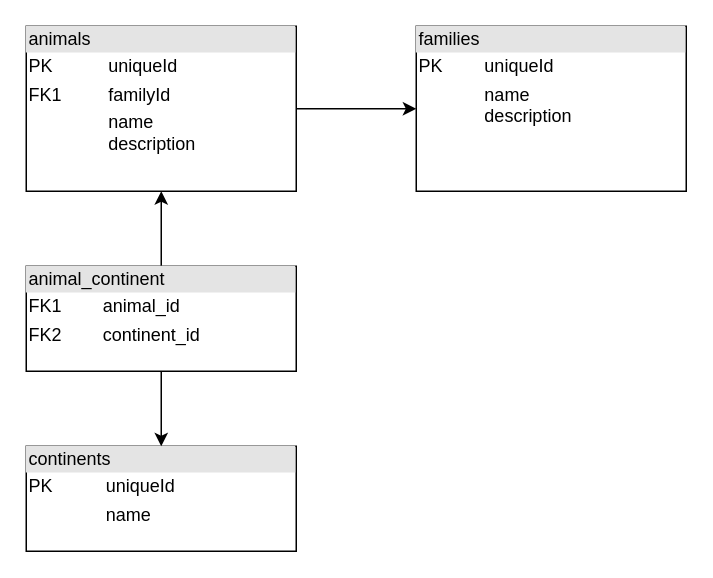
Before: Untitled Diagram.drawio in RyanAmmarKhodja/azbobinette, a draw.io diagram. Source tidied: cells renumbered, new cells numbered last; positions are measured from the earlier drawing's top-left corner, leaving out a move shared by most shapes. Both pictures are drawn from the tidied source at 150%, with x=0, y=0 at pixel (26, 26).
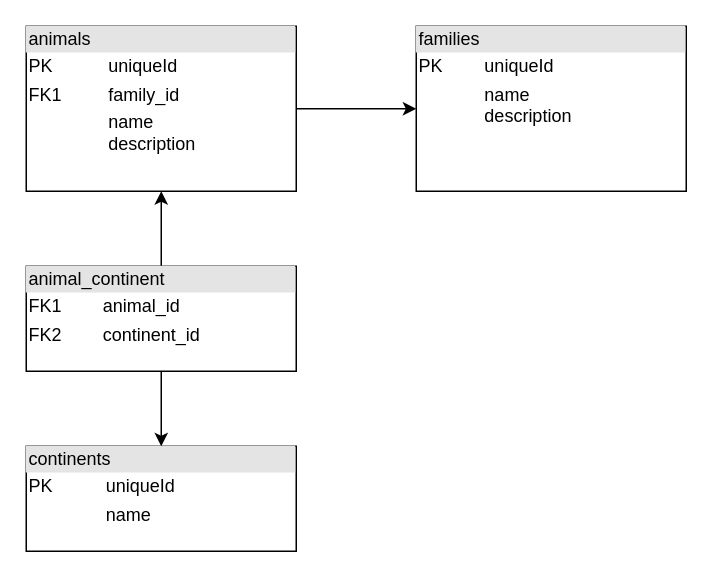
Above is the later version.

Diff of the diagram source:
```diff
@@
 <mxGraphModel>
   <root>
     <mxCell id="0" />
     <mxCell id="1" parent="0" />
     <mxCell id="2" style="edgeStyle=orthogonalEdgeStyle;rounded=0;jettySize=auto;html=1;exitX=1;exitY=0.5;exitDx=0;exitDy=0;entryX=0;entryY=0.5;entryDx=0;entryDy=0;" parent="1" edge="1" source="3" target="4">
       <mxGeometry relative="1" as="geometry" />
     </mxCell>
-    <mxCell id="3" value="&lt;div style=&quot;box-sizing: border-box; width: 100%; background: rgb(228, 228, 228); padding: 2px;&quot;&gt;animals&lt;/div&gt;&lt;table style=&quot;width:100%;font-size:1em;&quot; cellpadding=&quot;2&quot; cellspacing=&quot;0&quot;&gt;&lt;tbody&gt;&lt;tr&gt;&lt;td&gt;PK&lt;/td&gt;&lt;td&gt;uniqueId&lt;br&gt;&lt;/td&gt;&lt;/tr&gt;&lt;tr&gt;&lt;td&gt;FK1&lt;/td&gt;&lt;td&gt;familyId&lt;/td&gt;&lt;/tr&gt;&lt;tr&gt;&lt;td&gt;&lt;/td&gt;&lt;td&gt;name&lt;br&gt;description&lt;/td&gt;&lt;/tr&gt;&lt;/tbody&gt;&lt;/table&gt;" style="verticalAlign=top;align=left;overflow=fill;html=1;whiteSpace=wrap;" parent="1" vertex="1">
+    <mxCell id="3" value="&lt;div style=&quot;box-sizing: border-box; width: 100%; background: rgb(228, 228, 228); padding: 2px;&quot;&gt;animals&lt;/div&gt;&lt;table style=&quot;width:100%;font-size:1em;&quot; cellpadding=&quot;2&quot; cellspacing=&quot;0&quot;&gt;&lt;tbody&gt;&lt;tr&gt;&lt;td&gt;PK&lt;/td&gt;&lt;td&gt;uniqueId&lt;br&gt;&lt;/td&gt;&lt;/tr&gt;&lt;tr&gt;&lt;td&gt;FK1&lt;/td&gt;&lt;td&gt;family_id&lt;/td&gt;&lt;/tr&gt;&lt;tr&gt;&lt;td&gt;&lt;/td&gt;&lt;td&gt;name&lt;br&gt;description&lt;/td&gt;&lt;/tr&gt;&lt;/tbody&gt;&lt;/table&gt;" style="verticalAlign=top;align=left;overflow=fill;html=1;whiteSpace=wrap;" parent="1" vertex="1">
       <mxGeometry width="180" height="110" as="geometry" />
     </mxCell>
     <mxCell id="4" value="&lt;div style=&quot;box-sizing: border-box; width: 100%; background: rgb(228, 228, 228); padding: 2px;&quot;&gt;families&lt;/div&gt;&lt;table style=&quot;width:100%;font-size:1em;&quot; cellpadding=&quot;2&quot; cellspacing=&quot;0&quot;&gt;&lt;tbody&gt;&lt;tr&gt;&lt;td&gt;PK&lt;/td&gt;&lt;td&gt;uniqueId&lt;/td&gt;&lt;/tr&gt;&lt;tr&gt;&lt;td&gt;&lt;/td&gt;&lt;td&gt;name&lt;br&gt;description&lt;/td&gt;&lt;/tr&gt;&lt;/tbody&gt;&lt;/table&gt;" style="verticalAlign=top;align=left;overflow=fill;html=1;whiteSpace=wrap;" parent="1" vertex="1">
       <mxGeometry x="260" width="180" height="110" as="geometry" />
     </mxCell>
     <mxCell id="5" value="&lt;div style=&quot;box-sizing: border-box; width: 100%; background: rgb(228, 228, 228); padding: 2px;&quot;&gt;continents&lt;/div&gt;&lt;table style=&quot;width:100%;font-size:1em;&quot; cellpadding=&quot;2&quot; cellspacing=&quot;0&quot;&gt;&lt;tbody&gt;&lt;tr&gt;&lt;td&gt;PK&lt;/td&gt;&lt;td&gt;uniqueId&lt;/td&gt;&lt;/tr&gt;&lt;tr&gt;&lt;td&gt;&lt;/td&gt;&lt;td&gt;name&lt;/td&gt;&lt;/tr&gt;&lt;/tbody&gt;&lt;/table&gt;" style="verticalAlign=top;align=left;overflow=fill;html=1;whiteSpace=wrap;" parent="1" vertex="1">
       <mxGeometry y="280" width="180" height="70" as="geometry" />
     </mxCell>
     <mxCell id="6" style="edgeStyle=orthogonalEdgeStyle;rounded=0;jettySize=auto;html=1;exitX=0.5;exitY=0;exitDx=0;exitDy=0;entryX=0.5;entryY=1;entryDx=0;entryDy=0;" parent="1" edge="1" source="8" target="3">
       <mxGeometry relative="1" as="geometry" />
     </mxCell>
     <mxCell id="7" style="edgeStyle=orthogonalEdgeStyle;rounded=0;jettySize=auto;html=1;exitX=0.5;exitY=1;exitDx=0;exitDy=0;entryX=0.5;entryY=0;entryDx=0;entryDy=0;" parent="1" edge="1" source="8" target="5">
       <mxGeometry relative="1" as="geometry" />
     </mxCell>
     <mxCell id="8" value="&lt;div style=&quot;box-sizing: border-box; width: 100%; background: rgb(228, 228, 228); padding: 2px;&quot;&gt;animal_continent&lt;/div&gt;&lt;table style=&quot;width:100%;font-size:1em;&quot; cellpadding=&quot;2&quot; cellspacing=&quot;0&quot;&gt;&lt;tbody&gt;&lt;tr&gt;&lt;td&gt;FK1&lt;/td&gt;&lt;td&gt;animal_id&lt;/td&gt;&lt;/tr&gt;&lt;tr&gt;&lt;td&gt;FK2&lt;/td&gt;&lt;td&gt;continent_id&lt;/td&gt;&lt;/tr&gt;&lt;/tbody&gt;&lt;/table&gt;" style="verticalAlign=top;align=left;overflow=fill;html=1;whiteSpace=wrap;" parent="1" vertex="1">
       <mxGeometry y="160" width="180" height="70" as="geometry" />
     </mxCell>
   </root>
 </mxGraphModel>
```
